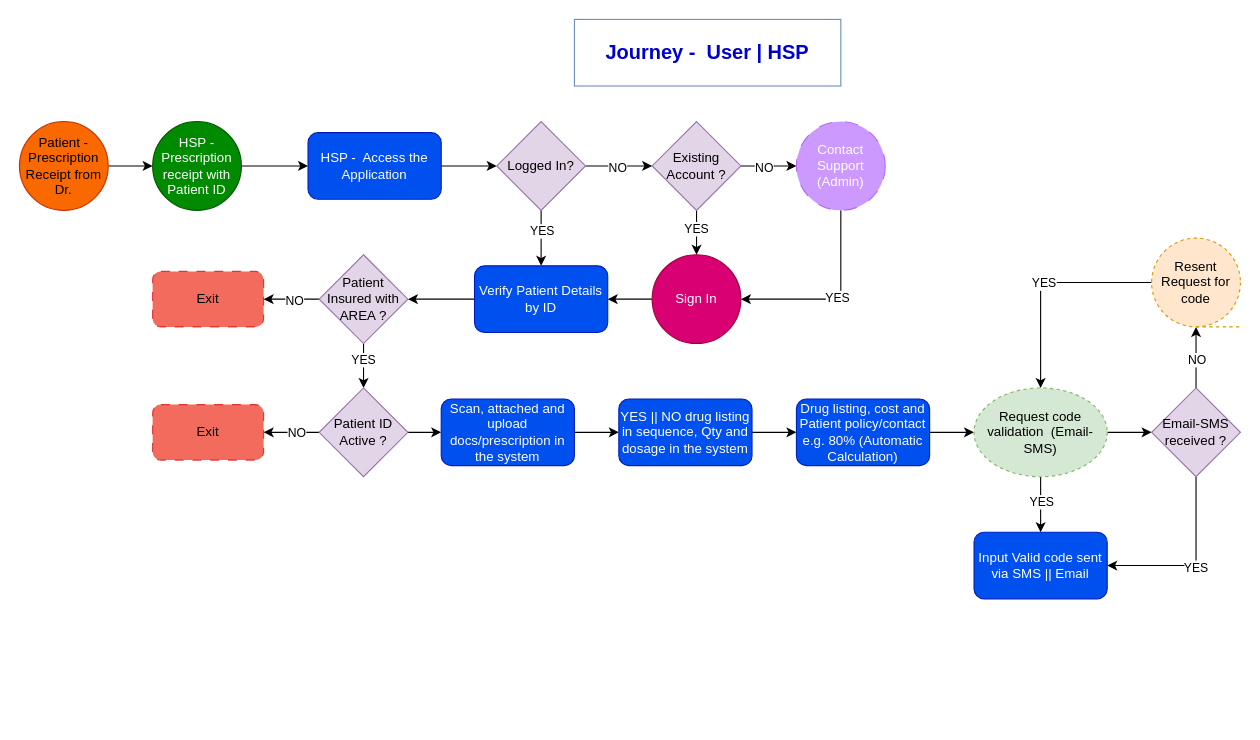
Before: User John Doe Journey.drawio in dabiko/draw-io, a draw.io diagram. Source tidied: cells renumbered, new cells numbered last; positions are measured from the earlier drawing's top-left corner, leaving out a move shared by most shapes. Both pictures are drawn from the tidied source at 111%, with x=0, y=0 at pixel (19, 19).
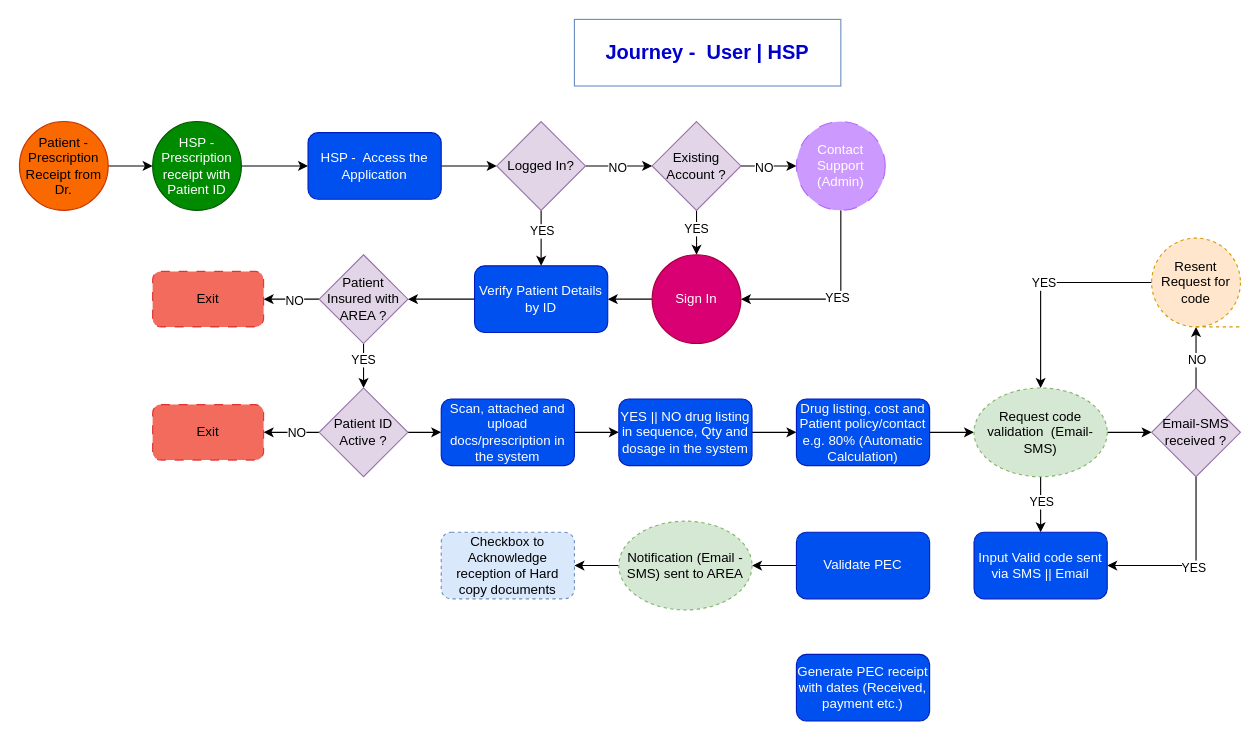
The same diagram, later.

Unchanged cells that the change refers to:
```xml
<mxCell id="49" style="edgeStyle=orthogonalEdgeStyle;rounded=0;jettySize=auto;html=1;entryX=1;entryY=0.5;entryDx=0;entryDy=0;" parent="1" edge="1" source="51" target="55">
  <mxGeometry relative="1" as="geometry">
    <Array as="points">
      <mxPoint x="1060" y="492" />
    </Array>
  </mxGeometry>
</mxCell>
```

Change to the diagram source:
```diff
@@
     <mxCell id="50" value="YES" style="edgeLabel;html=1;align=center;verticalAlign=middle;" parent="49" vertex="1">
-      <mxGeometry x="0.01" y="1" relative="1" as="geometry" />
+      <mxGeometry x="0.01" y="1" relative="1" as="geometry">
+        <mxPoint x="-2" as="offset" />
+      </mxGeometry>
     </mxCell>
@@
+    <mxCell id="56" style="edgeStyle=orthogonalEdgeStyle;rounded=0;jettySize=auto;html=1;" parent="1" edge="1" source="57" target="61">
+      <mxGeometry relative="1" as="geometry" />
+    </mxCell>
+    <mxCell id="57" value="Validate PEC" style="rounded=1;whiteSpace=wrap;html=1;fillColor=#0050ef;fontColor=#ffffff;strokeColor=#001DBC;" parent="1" vertex="1">
+      <mxGeometry x="700" y="462" width="120" height="60" as="geometry" />
+    </mxCell>
+    <mxCell id="58" value="Checkbox to Acknowledge reception of Hard copy documents" style="rounded=1;whiteSpace=wrap;html=1;fillColor=#dae8fc;strokeColor=#6c8ebf;dashed=1;" parent="1" vertex="1">
+      <mxGeometry x="380" y="462" width="120" height="60" as="geometry" />
+    </mxCell>
+    <mxCell id="59" value="Generate PEC receipt with dates (Received, payment etc.)" style="rounded=1;whiteSpace=wrap;html=1;fillColor=#0050ef;fontColor=#ffffff;strokeColor=#001DBC;" parent="1" vertex="1">
+      <mxGeometry x="700" y="572" width="120" height="60" as="geometry" />
+    </mxCell>
+    <mxCell id="60" style="edgeStyle=orthogonalEdgeStyle;rounded=0;jettySize=auto;html=1;" parent="1" edge="1" source="61" target="58">
+      <mxGeometry relative="1" as="geometry" />
+    </mxCell>
+    <mxCell id="61" value="Notification (Email -SMS) sent to AREA" style="ellipse;whiteSpace=wrap;html=1;fillColor=#d5e8d4;strokeColor=#82b366;dashed=1;" parent="1" vertex="1">
+      <mxGeometry x="540" y="452" width="120" height="80" as="geometry" />
+    </mxCell>
```
